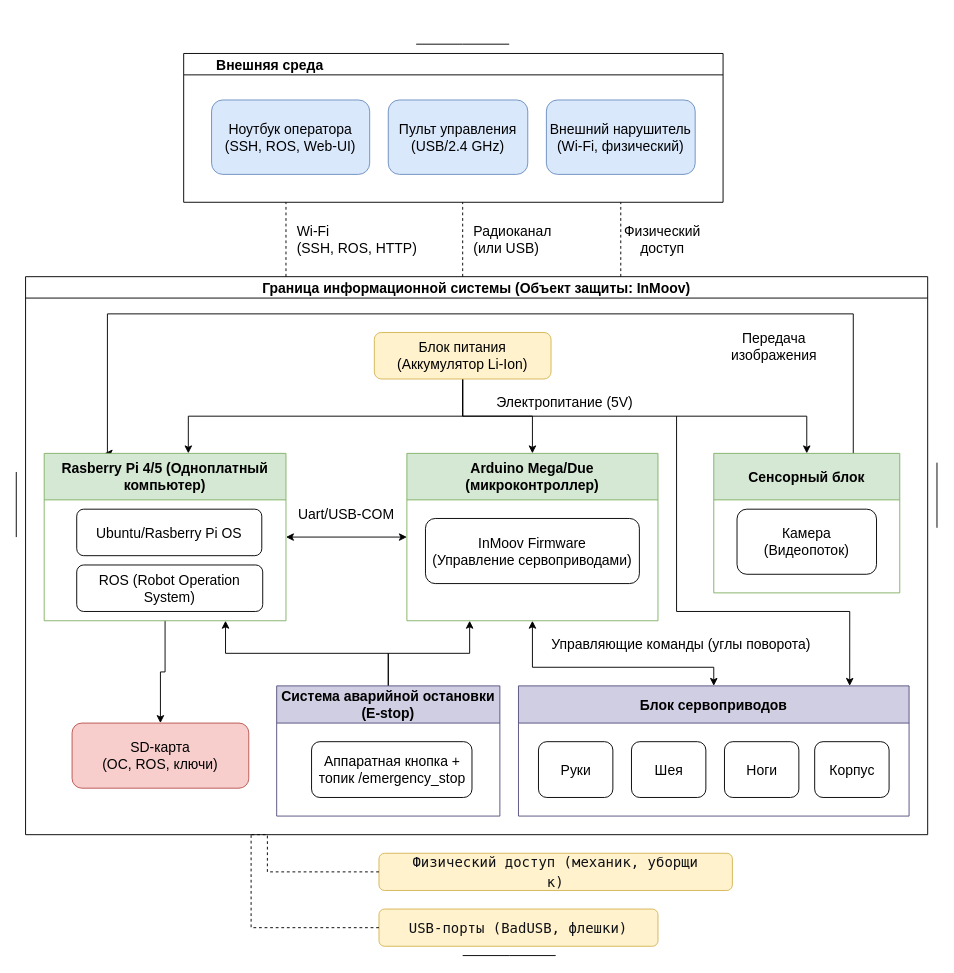
Earlier version of the draw.io diagram page "Схема компонентов робота" (5 of 5) of Диаграмма без названия.drawio (Discordiks/Buttons). Source tidied: cells renumbered, new cells numbered last; positions are measured from the earlier drawing's top-left corner, leaving out a move shared by most shapes. Both pictures are drawn from the tidied source at 93%, with x=0, y=0 at pixel (16, 44).
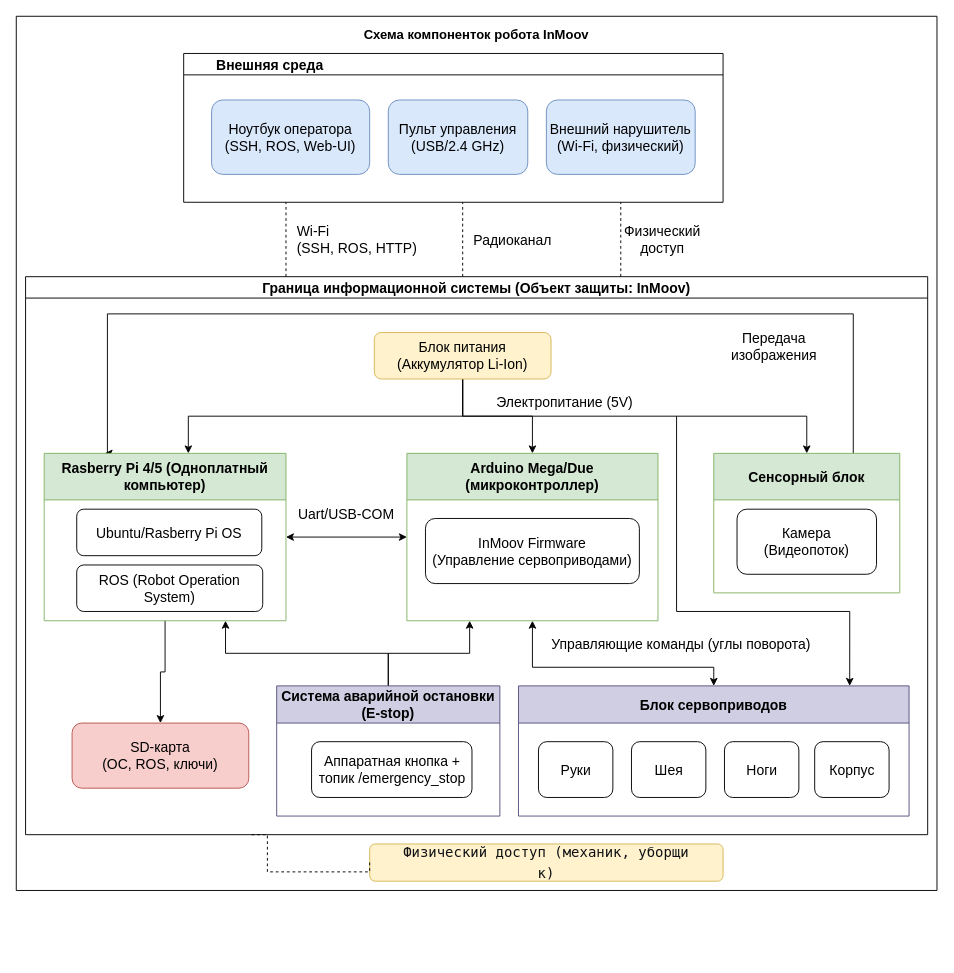
The same diagram, later.

Unchanged cells that the change refers to:
```xml
<mxCell id="2" value="Граница информационной системы (Объект защиты: InMoov)" style="swimlane;whiteSpace=wrap;html=1;fontSize=15;" parent="1" vertex="1">
  <mxGeometry x="10" y="250" width="970" height="600" as="geometry" />
</mxCell>
```

Diff of the diagram source:
```diff
@@
-    <mxCell id="33" style="endArrow=none;html=1;rounded=0;fontSize=15;" parent="1" edge="1">
-      <mxGeometry relative="1" as="geometry">
-        <mxPoint x="430" as="sourcePoint" />
-        <mxPoint x="530" as="targetPoint" />
-        <Array as="points">
-          <mxPoint x="480" />
-        </Array>
-      </mxGeometry>
-    </mxCell>
@@
-    <mxCell id="42" value="Радиоканал (или USB)" style="text;html=1;whiteSpace=wrap;strokeColor=none;fillColor=none;align=left;verticalAlign=middle;rounded=0;fontSize=15;" parent="1" vertex="1">
+    <mxCell id="42" value="Радиоканал" style="text;html=1;whiteSpace=wrap;strokeColor=none;fillColor=none;align=left;verticalAlign=middle;rounded=0;fontSize=15;" parent="1" vertex="1">
       <mxGeometry x="490" y="185" width="90" height="50" as="geometry" />
     </mxCell>
@@
-    <mxCell id="44" value="&lt;pre style=&quot;font-style: normal; font-variant: normal; font-size-adjust: none; font-language-override: normal; font-kerning: auto; font-optical-sizing: auto; font-feature-settings: normal; font-variation-settings: normal; font-stretch: normal; line-height: 22px; font-family: Menlo, Monaco, Consolas, &amp;quot;Cascadia Mono&amp;quot;, &amp;quot;Ubuntu Mono&amp;quot;, &amp;quot;DejaVu Sans Mono&amp;quot;, &amp;quot;Liberation Mono&amp;quot;, &amp;quot;JetBrains Mono&amp;quot;, &amp;quot;Fira Code&amp;quot;, Cousine, &amp;quot;Roboto Mono&amp;quot;, &amp;quot;Courier New&amp;quot;, Courier, sans-serif, system-ui; overflow: auto; white-space: pre-wrap; word-break: break-all; padding: 16px; color: rgb(15, 17, 21); margin: 0px !important;&quot;&gt;USB-порты (BadUSB, флешки)&lt;/pre&gt;" style="rounded=1;whiteSpace=wrap;html=1;align=center;fillColor=#fff2cc;strokeColor=#d6b656;fontSize=15;" parent="1" vertex="1">
-      <mxGeometry x="390" y="930" width="300" height="40" as="geometry" />
-    </mxCell>
     <mxCell id="45" value="&lt;pre style=&quot;font-style: normal; font-variant: normal; font-size-adjust: none; font-language-override: normal; font-kerning: auto; font-optical-sizing: auto; font-feature-settings: normal; font-variation-settings: normal; font-stretch: normal; line-height: 22px; font-family: Menlo, Monaco, Consolas, &amp;quot;Cascadia Mono&amp;quot;, &amp;quot;Ubuntu Mono&amp;quot;, &amp;quot;DejaVu Sans Mono&amp;quot;, &amp;quot;Liberation Mono&amp;quot;, &amp;quot;JetBrains Mono&amp;quot;, &amp;quot;Fira Code&amp;quot;, Cousine, &amp;quot;Roboto Mono&amp;quot;, &amp;quot;Courier New&amp;quot;, Courier, sans-serif, system-ui; overflow: auto; white-space: pre-wrap; word-break: break-all; padding: 16px; color: rgb(15, 17, 21); margin: 0px !important;&quot;&gt;&lt;pre style=&quot;font-style: normal; font-variant: normal; font-size-adjust: none; font-language-override: normal; font-kerning: auto; font-optical-sizing: auto; font-feature-settings: normal; font-variation-settings: normal; font-stretch: normal; line-height: 22px; font-family: Menlo, Monaco, Consolas, &amp;quot;Cascadia Mono&amp;quot;, &amp;quot;Ubuntu Mono&amp;quot;, &amp;quot;DejaVu Sans Mono&amp;quot;, &amp;quot;Liberation Mono&amp;quot;, &amp;quot;JetBrains Mono&amp;quot;, &amp;quot;Fira Code&amp;quot;, Cousine, &amp;quot;Roboto Mono&amp;quot;, &amp;quot;Courier New&amp;quot;, Courier, sans-serif, system-ui; overflow: auto; white-space: pre-wrap; word-break: break-all; padding: 16px; color: rgb(15, 17, 21); margin: 0px !important;&quot;&gt;Физический доступ (механик, уборщик)&lt;/pre&gt;&lt;/pre&gt;" style="rounded=1;whiteSpace=wrap;html=1;align=center;fillColor=#fff2cc;strokeColor=#d6b656;fontSize=15;" parent="1" vertex="1">
-      <mxGeometry x="390" y="870" width="380" height="40" as="geometry" />
+      <mxGeometry x="380" y="860" width="380" height="40" as="geometry" />
     </mxCell>
-    <mxCell id="46" style="endArrow=none;dashed=1;html=1;rounded=0;entryX=0.25;entryY=1;entryDx=0;entryDy=0;exitX=0;exitY=0.5;exitDx=0;exitDy=0;edgeStyle=orthogonalEdgeStyle;fontSize=15;" parent="1" edge="1" source="44" target="2">
-      <mxGeometry relative="1" as="geometry" />
-    </mxCell>
@@
-    <mxCell id="48" style="endArrow=none;html=1;rounded=0;fontSize=15;" parent="1" edge="1">
-      <mxGeometry relative="1" as="geometry">
-        <mxPoint y="460" as="sourcePoint" />
-        <mxPoint y="530" as="targetPoint" />
-      </mxGeometry>
-    </mxCell>
-    <mxCell id="49" style="endArrow=none;html=1;rounded=0;fontSize=15;" parent="1" edge="1">
-      <mxGeometry relative="1" as="geometry">
-        <mxPoint x="990" y="450" as="sourcePoint" />
-        <mxPoint x="990" y="520" as="targetPoint" />
-      </mxGeometry>
-    </mxCell>
-    <mxCell id="50" style="endArrow=none;html=1;rounded=0;fontSize=15;" parent="1" edge="1">
-      <mxGeometry relative="1" as="geometry">
-        <mxPoint x="480" y="980" as="sourcePoint" />
-        <mxPoint x="580" y="980" as="targetPoint" />
-        <Array as="points">
-          <mxPoint x="530" y="980" />
-        </Array>
-      </mxGeometry>
-    </mxCell>
+    <mxCell id="51" value="&lt;b&gt;&lt;font style=&quot;font-size: 14px;&quot;&gt;Схема компоненток робота InMoov&lt;/font&gt;&lt;/b&gt;" style="text;html=1;whiteSpace=wrap;strokeColor=none;fillColor=none;align=center;verticalAlign=middle;rounded=0;" parent="1" vertex="1">
+      <mxGeometry x="330" y="-20" width="330" height="20" as="geometry" />
+    </mxCell>
+    <mxCell id="52" style="swimlane;startSize=0;" parent="1" vertex="1">
+      <mxGeometry y="-30" width="990" height="940" as="geometry" />
+    </mxCell>
```
